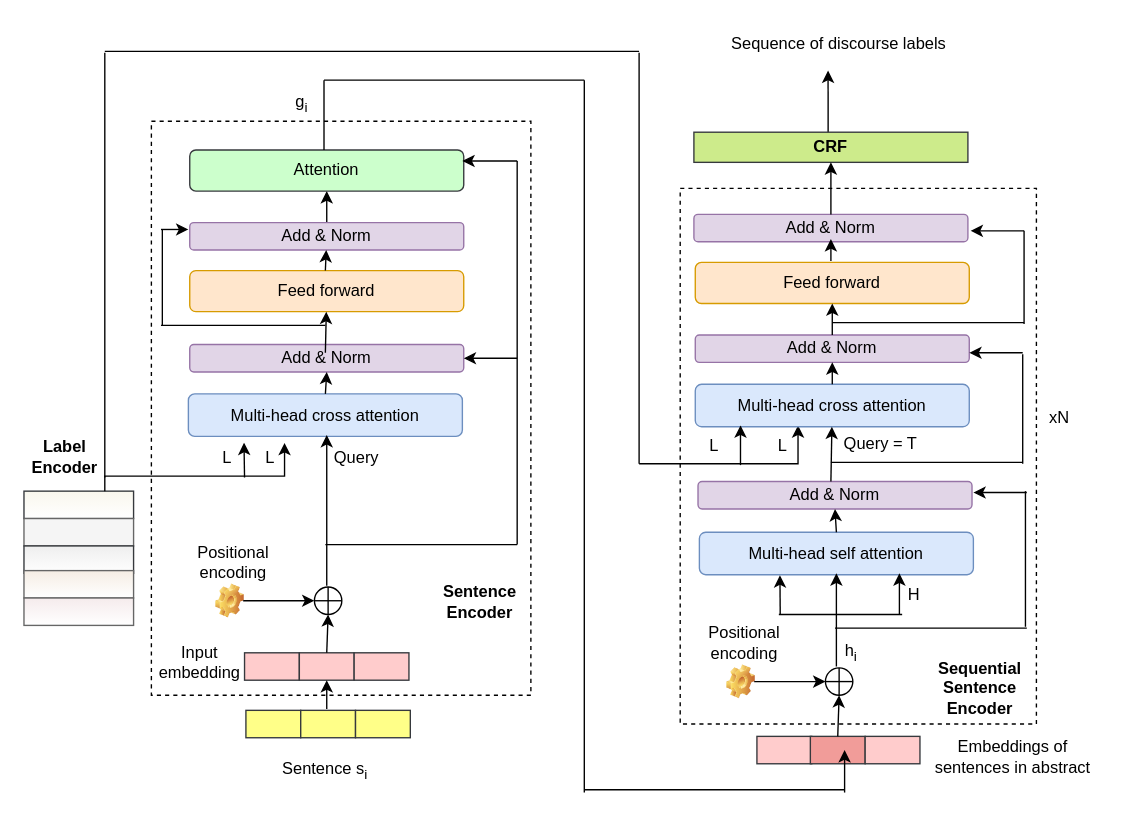
Before: liht.drawio in dksanyal/Abstract2StructuredAbstract, a draw.io diagram. Source tidied: cells renumbered, new cells numbered last; positions are measured from the earlier drawing's top-left corner, leaving out a move shared by most shapes. Both pictures are drawn from the tidied source at 137%, with x=0, y=0 at pixel (23, 23).
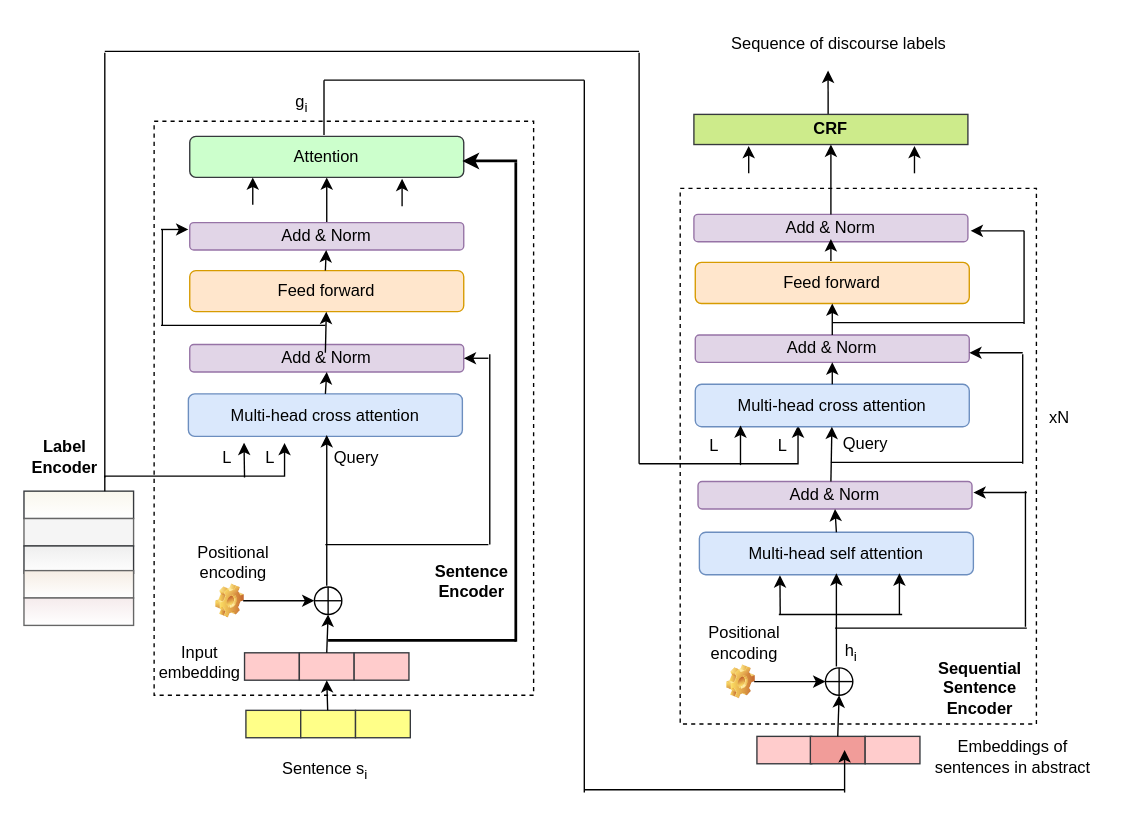
Above is the later version.

The change refers to these unchanged cells:
```xml
<mxCell id="10" style="rounded=0;whiteSpace=wrap;html=1;fillColor=#ffff88;strokeColor=#36393d;" parent="1" vertex="1">
  <mxGeometry x="202" y="501" width="40" height="20" as="geometry" />
</mxCell>
<mxCell id="23" value="Add &amp;amp; Norm" style="rounded=1;whiteSpace=wrap;html=1;fillColor=#e1d5e7;strokeColor=#9673a6;" parent="1" vertex="1">
  <mxGeometry x="121" y="234" width="200" height="20" as="geometry" />
</mxCell>
```

The edit, as a diff of the source:
```diff
@@
     <mxCell id="3" style="rounded=0;whiteSpace=wrap;html=1;dashed=1;" parent="1" vertex="1">
-      <mxGeometry x="93" y="71" width="277" height="419" as="geometry" />
+      <mxGeometry x="95" y="71" width="277" height="419" as="geometry" />
     </mxCell>
@@
-    <mxCell id="20" style="endArrow=classic;html=1;rounded=0;entryX=0.75;entryY=1;entryDx=0;entryDy=0;" parent="1" edge="1">
+    <mxCell id="20" style="endArrow=classic;html=1;rounded=0;entryX=0.75;entryY=1;entryDx=0;entryDy=0;" parent="1" edge="1" source="10">
       <mxGeometry relative="1" as="geometry">
-        <mxPoint x="221" y="500" as="sourcePoint" />
         <mxPoint x="221" y="479" as="targetPoint" />
       </mxGeometry>
     </mxCell>
@@
     <mxCell id="26" value="Attention" style="rounded=1;whiteSpace=wrap;html=1;fillColor=#CCFFCC;strokeColor=#36393d;" parent="1" vertex="1">
-      <mxGeometry x="121" y="92" width="200" height="30" as="geometry" />
+      <mxGeometry x="121" y="82" width="200" height="30" as="geometry" />
     </mxCell>
@@
     <mxCell id="30" style="endArrow=none;html=1;rounded=0;" parent="1" edge="1">
       <mxGeometry relative="1" as="geometry">
         <mxPoint x="220" y="380" as="sourcePoint" />
-        <mxPoint x="360" y="380" as="targetPoint" />
+        <mxPoint x="339" y="380" as="targetPoint" />
       </mxGeometry>
     </mxCell>
     <mxCell id="31" style="endArrow=none;html=1;rounded=0;" parent="1" edge="1">
       <mxGeometry relative="1" as="geometry">
-        <mxPoint x="360" y="380" as="sourcePoint" />
-        <mxPoint x="360" y="100" as="targetPoint" />
+        <mxPoint x="340" y="380" as="sourcePoint" />
+        <mxPoint x="340" y="241" as="targetPoint" />
       </mxGeometry>
     </mxCell>
     <mxCell id="32" style="endArrow=classic;html=1;rounded=0;entryX=1;entryY=0.5;entryDx=0;entryDy=0;" parent="1" edge="1" target="23">
       <mxGeometry relative="1" as="geometry">
-        <mxPoint x="360" y="244" as="sourcePoint" />
+        <mxPoint x="339" y="244" as="sourcePoint" />
       </mxGeometry>
     </mxCell>
-    <mxCell id="33" style="endArrow=classic;html=1;rounded=0;" parent="1" edge="1">
+    <mxCell id="33" style="endArrow=classic;html=1;rounded=0;strokeWidth=2;" parent="1" edge="1">
       <mxGeometry relative="1" as="geometry">
         <mxPoint x="360" y="100" as="sourcePoint" />
         <mxPoint x="320" y="100" as="targetPoint" />
       </mxGeometry>
     </mxCell>
@@
     <mxCell id="64" style="endArrow=none;html=1;rounded=0;" parent="1" edge="1">
       <mxGeometry relative="1" as="geometry">
-        <mxPoint x="219" y="92" as="sourcePoint" />
+        <mxPoint x="219" y="81" as="sourcePoint" />
         <mxPoint x="219" y="41" as="targetPoint" />
       </mxGeometry>
     </mxCell>
@@
-    <mxCell id="73" value="H" style="text;html=1;strokeColor=none;fillColor=none;align=center;verticalAlign=middle;whiteSpace=wrap;rounded=0;" parent="1" vertex="1">
-      <mxGeometry x="630" y="408.6" width="40" height="17.4" as="geometry" />
-    </mxCell>
@@
     <mxCell id="90" value="&lt;font style=&quot;font-size: 12px&quot;&gt;&lt;b&gt;CRF&lt;/b&gt;&lt;/font&gt;" style="rounded=0;whiteSpace=wrap;html=1;strokeColor=#36393d;fillColor=#cdeb8b;" parent="1" vertex="1">
-      <mxGeometry x="489" y="79" width="200" height="22" as="geometry" />
+      <mxGeometry x="489" y="66" width="200" height="22" as="geometry" />
     </mxCell>
@@
     <mxCell id="92" value="&lt;font style=&quot;font-size: 12px&quot;&gt;&lt;b&gt;Sentence Encoder&lt;/b&gt;&lt;/font&gt;" style="text;html=1;strokeColor=none;fillColor=none;align=center;verticalAlign=middle;whiteSpace=wrap;rounded=0;dashed=1;" parent="1" vertex="1">
-      <mxGeometry x="303" y="407" width="60" height="30" as="geometry" />
+      <mxGeometry x="297" y="392" width="60" height="30" as="geometry" />
     </mxCell>
@@
-    <mxCell id="98" value="Query = T" style="text;html=1;strokeColor=none;fillColor=none;align=center;verticalAlign=middle;whiteSpace=wrap;rounded=0;dashed=1;fontSize=12;" parent="1" vertex="1">
-      <mxGeometry x="592" y="297" width="67" height="20" as="geometry" />
+    <mxCell id="98" value="Query" style="text;html=1;strokeColor=none;fillColor=none;align=center;verticalAlign=middle;whiteSpace=wrap;rounded=0;dashed=1;fontSize=12;" parent="1" vertex="1">
+      <mxGeometry x="581" y="297" width="67" height="20" as="geometry" />
     </mxCell>
@@
+    <mxCell id="102" style="endArrow=classic;html=1;rounded=0;fontSize=12;" parent="1" edge="1">
+      <mxGeometry relative="1" as="geometry">
+        <mxPoint x="529" y="109" as="sourcePoint" />
+        <mxPoint x="529" y="89" as="targetPoint" />
+      </mxGeometry>
+    </mxCell>
+    <mxCell id="103" style="endArrow=classic;html=1;rounded=0;fontSize=12;" parent="1" edge="1">
+      <mxGeometry relative="1" as="geometry">
+        <mxPoint x="650" y="109" as="sourcePoint" />
+        <mxPoint x="650" y="89" as="targetPoint" />
+      </mxGeometry>
+    </mxCell>
+    <mxCell id="104" style="endArrow=classic;html=1;rounded=0;fontSize=12;" parent="1" edge="1">
+      <mxGeometry relative="1" as="geometry">
+        <mxPoint x="276" y="133" as="sourcePoint" />
+        <mxPoint x="276" y="113" as="targetPoint" />
+      </mxGeometry>
+    </mxCell>
+    <mxCell id="105" style="endArrow=none;html=1;rounded=0;strokeWidth=2;" parent="1" edge="1">
+      <mxGeometry relative="1" as="geometry">
+        <mxPoint x="222" y="450" as="sourcePoint" />
+        <mxPoint x="359" y="450" as="targetPoint" />
+      </mxGeometry>
+    </mxCell>
+    <mxCell id="106" style="endArrow=none;html=1;rounded=0;fontSize=12;strokeWidth=2;" parent="1" edge="1">
+      <mxGeometry relative="1" as="geometry">
+        <mxPoint x="359" y="451" as="sourcePoint" />
+        <mxPoint x="359" y="101" as="targetPoint" />
+      </mxGeometry>
+    </mxCell>
+    <mxCell id="107" style="endArrow=classic;html=1;rounded=0;fontSize=12;" parent="1" edge="1">
+      <mxGeometry relative="1" as="geometry">
+        <mxPoint x="167" y="132" as="sourcePoint" />
+        <mxPoint x="167" y="112" as="targetPoint" />
+      </mxGeometry>
+    </mxCell>
```
